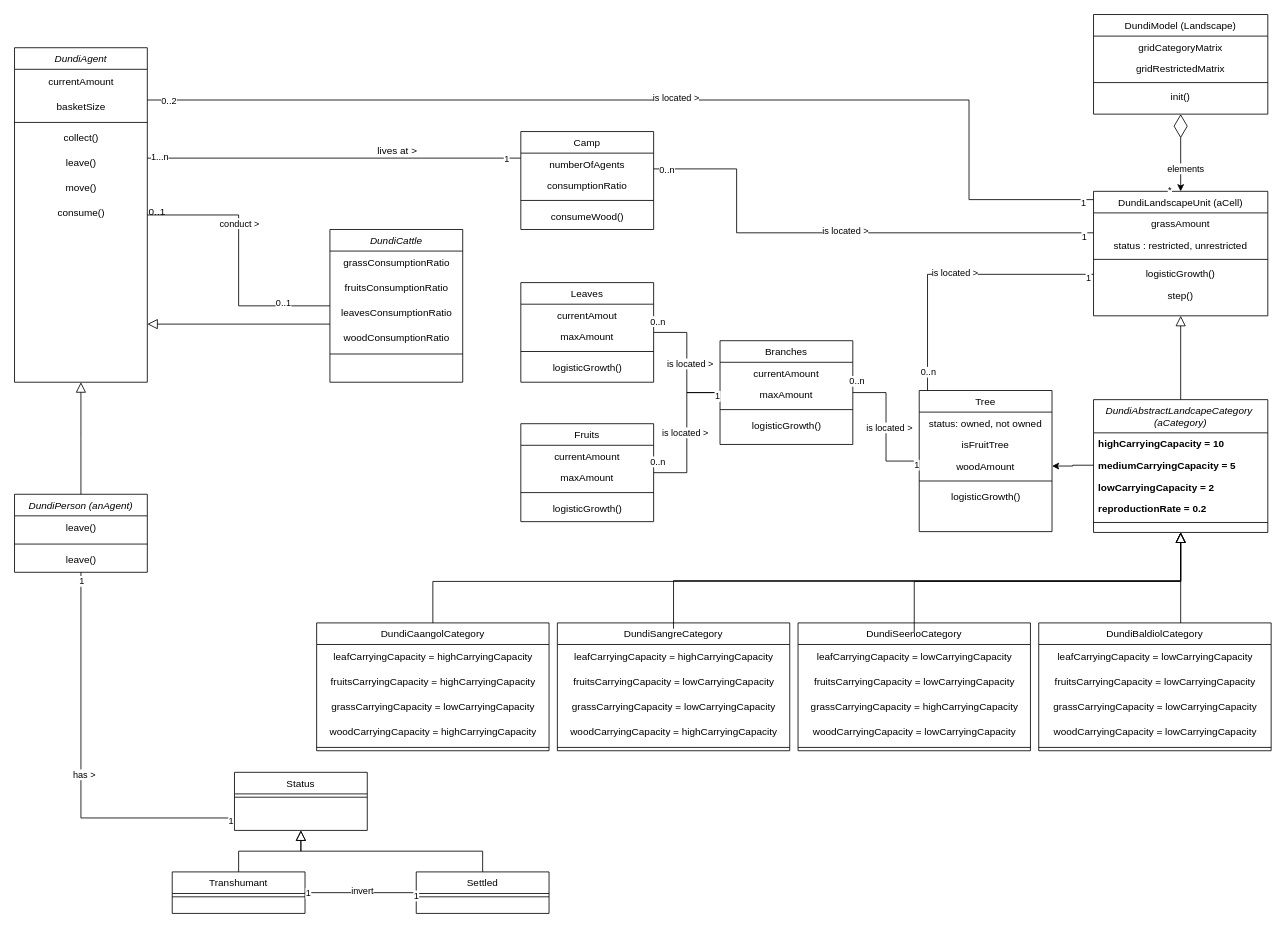
Earlier version of the draw.io diagram page "Dundi-iteration1" (2 of 6) of DundiV0.drawio (panchovdl/DundiModel). Source tidied: cells renumbered, new cells numbered last; positions are measured from the earlier drawing's top-left corner, leaving out a move shared by most shapes. Both pictures are drawn from the tidied source at 83%, with x=0, y=0 at pixel (14, 14).
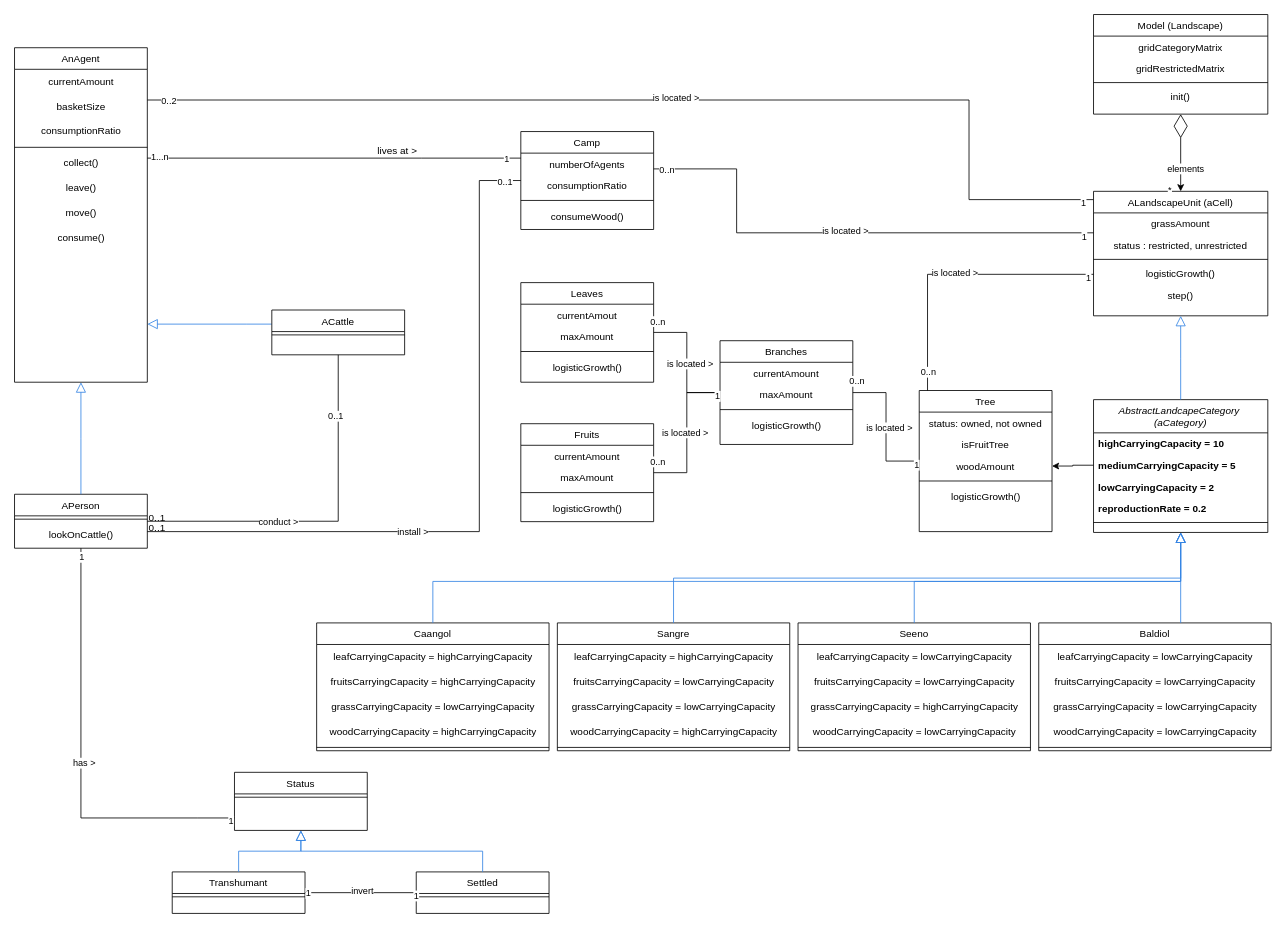
After the change.

Commit message (it also covers changes not shown here):
Mettre à jour DundiV0.drawio

Unchanged cells that the change refers to:
```xml
<mxCell id="10" value="Camp" style="swimlane;fontStyle=0;align=center;verticalAlign=top;horizontal=1;startSize=26;rounded=0;shadow=0;strokeWidth=1;" parent="1" vertex="1">
  <mxGeometry x="610" y="141" width="160" height="118" as="geometry" />
</mxCell>
<mxCell id="19" value="Status" style="swimlane;fontStyle=0;align=center;verticalAlign=top;horizontal=1;startSize=26;rounded=0;shadow=0;strokeWidth=1;" parent="1" vertex="1">
  <mxGeometry x="265" y="913" width="160" height="70" as="geometry" />
</mxCell>
<mxCell id="29" value="Transhumant" style="swimlane;fontStyle=0;align=center;verticalAlign=top;horizontal=1;startSize=26;rounded=0;shadow=0;strokeWidth=1;" parent="1" vertex="1">
  <mxGeometry x="190" y="1033" width="160" height="50" as="geometry" />
</mxCell>
<mxCell id="31" value="Settled" style="swimlane;fontStyle=0;align=center;verticalAlign=top;horizontal=1;startSize=26;rounded=0;shadow=0;strokeWidth=1;" parent="1" vertex="1">
  <mxGeometry x="484" y="1033" width="160" height="50" as="geometry" />
</mxCell>
```

Diff of the diagram source:
```diff
@@
-    <mxCell id="2" value="DundiAgent" style="swimlane;fontStyle=2;align=center;verticalAlign=top;horizontal=1;startSize=26;rounded=0;shadow=0;strokeWidth=1;" parent="1" vertex="1">
+    <mxCell id="2" value="AnAgent" style="swimlane;fontStyle=0;align=center;verticalAlign=top;horizontal=1;startSize=26;rounded=0;shadow=0;strokeWidth=1;" parent="1" vertex="1">
       <mxGeometry y="40" width="160" height="403" as="geometry" />
     </mxCell>
@@
+    <mxCell id="146" value="consumptionRatio" style="text;html=1;align=center;verticalAlign=middle;strokeColor=none;fillColor=none;" parent="2" vertex="1">
+      <mxGeometry y="86" width="160" height="30" as="geometry" />
+    </mxCell>
     <mxCell id="5" style="line;html=1;strokeWidth=1;align=left;verticalAlign=middle;spacingTop=-1;spacingLeft=3;spacingRight=3;labelPosition=right;" parent="2" vertex="1">
-      <mxGeometry y="86" width="160" height="8" as="geometry" />
+      <mxGeometry y="116" width="160" height="8" as="geometry" />
     </mxCell>
     <mxCell id="6" value="&lt;div&gt;collect()&lt;/div&gt;" style="text;html=1;align=center;verticalAlign=middle;strokeColor=none;fillColor=none;" parent="2" vertex="1">
-      <mxGeometry y="94" width="160" height="30" as="geometry" />
+      <mxGeometry y="124" width="160" height="30" as="geometry" />
     </mxCell>
     <mxCell id="7" value="&lt;div&gt;leave()&lt;/div&gt;" style="text;html=1;align=center;verticalAlign=middle;strokeColor=none;fillColor=none;" parent="2" vertex="1">
-      <mxGeometry y="124" width="160" height="30" as="geometry" />
+      <mxGeometry y="154" width="160" height="30" as="geometry" />
     </mxCell>
     <mxCell id="8" value="&lt;div&gt;move()&lt;/div&gt;" style="text;html=1;align=center;verticalAlign=middle;strokeColor=none;fillColor=none;" parent="2" vertex="1">
-      <mxGeometry y="154" width="160" height="30" as="geometry" />
+      <mxGeometry y="184" width="160" height="30" as="geometry" />
     </mxCell>
     <mxCell id="9" value="&lt;div&gt;consume()&lt;/div&gt;" style="text;html=1;align=center;verticalAlign=middle;strokeColor=none;fillColor=none;" parent="2" vertex="1">
-      <mxGeometry y="184" width="160" height="30" as="geometry" />
+      <mxGeometry y="214" width="160" height="30" as="geometry" />
     </mxCell>
@@
-    <mxCell id="33" style="endArrow=block;endSize=10;endFill=0;shadow=0;strokeWidth=1;rounded=0;edgeStyle=elbowEdgeStyle;elbow=vertical;" parent="1" edge="1" source="29" target="19">
+    <mxCell id="33" style="endArrow=block;endSize=10;endFill=0;shadow=0;strokeWidth=1;rounded=0;edgeStyle=elbowEdgeStyle;elbow=vertical;strokeColor=#3584e4;" parent="1" edge="1" source="29" target="19">
       <mxGeometry relative="1" as="geometry" />
     </mxCell>
-    <mxCell id="34" style="endArrow=block;endSize=10;endFill=0;shadow=0;strokeWidth=1;rounded=0;edgeStyle=elbowEdgeStyle;elbow=vertical;" parent="1" edge="1" source="31" target="19">
+    <mxCell id="34" style="endArrow=block;endSize=10;endFill=0;shadow=0;strokeWidth=1;rounded=0;edgeStyle=elbowEdgeStyle;elbow=vertical;strokeColor=#3584e4;" parent="1" edge="1" source="31" target="19">
       <mxGeometry relative="1" as="geometry" />
     </mxCell>
-    <mxCell id="35" value="DundiPerson (anAgent)" style="swimlane;fontStyle=2;align=center;verticalAlign=top;horizontal=1;startSize=26;rounded=0;shadow=0;strokeWidth=1;" parent="1" vertex="1">
-      <mxGeometry y="578" width="160" height="94" as="geometry" />
+    <mxCell id="35" value="APerson " style="swimlane;fontStyle=0;align=center;verticalAlign=top;horizontal=1;startSize=26;rounded=0;shadow=0;strokeWidth=1;" parent="1" vertex="1">
+      <mxGeometry y="578" width="160" height="65" as="geometry" />
     </mxCell>
-    <mxCell id="36" value="&lt;div&gt;leave()&lt;/div&gt;" style="text;html=1;align=center;verticalAlign=middle;strokeColor=none;fillColor=none;" parent="35" vertex="1">
-      <mxGeometry y="26" width="160" height="30" as="geometry" />
-    </mxCell>
     <mxCell id="37" style="line;html=1;strokeWidth=1;align=left;verticalAlign=middle;spacingTop=-1;spacingLeft=3;spacingRight=3;labelPosition=right;" parent="35" vertex="1">
-      <mxGeometry y="56" width="160" height="8" as="geometry" />
+      <mxGeometry y="26" width="160" height="8" as="geometry" />
     </mxCell>
-    <mxCell id="38" value="&lt;div&gt;leave()&lt;/div&gt;" style="text;html=1;align=center;verticalAlign=middle;strokeColor=none;fillColor=none;" parent="35" vertex="1">
-      <mxGeometry y="64" width="160" height="30" as="geometry" />
+    <mxCell id="38" value="lookOnCattle()" style="text;html=1;align=center;verticalAlign=middle;strokeColor=none;fillColor=none;" parent="35" vertex="1">
+      <mxGeometry y="34" width="160" height="30" as="geometry" />
     </mxCell>
-    <mxCell id="39" style="endArrow=block;endSize=10;endFill=0;shadow=0;strokeWidth=1;rounded=0;edgeStyle=elbowEdgeStyle;elbow=vertical;" parent="1" edge="1" source="45" target="2">
+    <mxCell id="39" style="endArrow=block;endSize=10;endFill=0;shadow=0;strokeWidth=1;rounded=0;edgeStyle=elbowEdgeStyle;elbow=vertical;strokeColor=#3584e4;" parent="1" edge="1" source="45" target="2">
       <mxGeometry relative="1" as="geometry">
         <Array as="points">
           <mxPoint x="280" y="373" />
         </Array>
       </mxGeometry>
     </mxCell>
-    <mxCell id="40" style="endArrow=block;endSize=10;endFill=0;shadow=0;strokeWidth=1;rounded=0;edgeStyle=elbowEdgeStyle;elbow=vertical;" parent="1" edge="1" source="35" target="2">
+    <mxCell id="40" style="endArrow=block;endSize=10;endFill=0;shadow=0;strokeWidth=1;rounded=0;edgeStyle=elbowEdgeStyle;elbow=vertical;strokeColor=#3584e4;" parent="1" edge="1" source="35" target="2">
       <mxGeometry relative="1" as="geometry" />
     </mxCell>
-    <mxCell id="41" style="endArrow=none;html=1;rounded=0;edgeStyle=orthogonalEdgeStyle;" parent="1" edge="1" source="2" target="45">
+    <mxCell id="41" style="endArrow=none;html=1;rounded=0;edgeStyle=orthogonalEdgeStyle;" parent="1" edge="1" source="35" target="45">
       <mxGeometry x="0.5" y="41" relative="1" as="geometry">
         <mxPoint x="-40" y="32" as="offset" />
       </mxGeometry>
     </mxCell>
@@
-    <mxCell id="45" value="DundiCattle" style="swimlane;fontStyle=2;align=center;verticalAlign=top;horizontal=1;startSize=26;rounded=0;shadow=0;strokeWidth=1;" parent="1" vertex="1">
-      <mxGeometry x="380" y="259" width="160" height="184" as="geometry" />
+    <mxCell id="45" value="ACattle" style="swimlane;fontStyle=0;align=center;verticalAlign=top;horizontal=1;startSize=26;rounded=0;shadow=0;strokeWidth=1;" parent="1" vertex="1">
+      <mxGeometry x="310" y="356" width="160" height="54" as="geometry" />
     </mxCell>
-    <mxCell id="46" value="&lt;div&gt;grassConsumptionRatio&lt;/div&gt;" style="text;html=1;align=center;verticalAlign=middle;strokeColor=none;fillColor=none;" parent="45" vertex="1">
-      <mxGeometry y="26" width="160" height="30" as="geometry" />
-    </mxCell>
-    <mxCell id="47" value="&lt;div&gt;fruitsConsumptionRatio&lt;/div&gt;" style="text;html=1;align=center;verticalAlign=middle;strokeColor=none;fillColor=none;" parent="45" vertex="1">
-      <mxGeometry y="56" width="160" height="30" as="geometry" />
-    </mxCell>
-    <mxCell id="48" value="&lt;div&gt;leavesConsumptionRatio&lt;/div&gt;" style="text;html=1;align=center;verticalAlign=middle;strokeColor=none;fillColor=none;" parent="45" vertex="1">
-      <mxGeometry y="86" width="160" height="30" as="geometry" />
-    </mxCell>
-    <mxCell id="49" value="&lt;div&gt;woodConsumptionRatio&lt;/div&gt;" style="text;html=1;align=center;verticalAlign=middle;strokeColor=none;fillColor=none;" parent="45" vertex="1">
-      <mxGeometry y="116" width="160" height="30" as="geometry" />
-    </mxCell>
     <mxCell id="50" style="line;html=1;strokeWidth=1;align=left;verticalAlign=middle;spacingTop=-1;spacingLeft=3;spacingRight=3;labelPosition=right;" parent="45" vertex="1">
-      <mxGeometry y="146" width="160" height="8" as="geometry" />
+      <mxGeometry y="26" width="160" height="8" as="geometry" />
     </mxCell>
-    <mxCell id="51" value="DundiLandscapeUnit (aCell)" style="swimlane;fontStyle=0;align=center;verticalAlign=top;horizontal=1;startSize=26;rounded=0;shadow=0;strokeWidth=1;" parent="1" vertex="1">
+    <mxCell id="51" value="ALandscapeUnit (aCell)" style="swimlane;fontStyle=0;align=center;verticalAlign=top;horizontal=1;startSize=26;rounded=0;shadow=0;strokeWidth=1;" parent="1" vertex="1">
       <mxGeometry x="1300" y="213" width="210" height="150" as="geometry" />
     </mxCell>
@@
-    <mxCell id="57" value="DundiCaangolCategory" style="swimlane;fontStyle=0;align=center;verticalAlign=top;horizontal=1;startSize=26;rounded=0;shadow=0;strokeWidth=1;" parent="1" vertex="1">
+    <mxCell id="57" value="Caangol" style="swimlane;fontStyle=0;align=center;verticalAlign=top;horizontal=1;startSize=26;rounded=0;shadow=0;strokeWidth=1;" parent="1" vertex="1">
       <mxGeometry x="364" y="733" width="280" height="154" as="geometry" />
     </mxCell>
@@
-    <mxCell id="63" value="DundiSangreCategory" style="swimlane;fontStyle=0;align=center;verticalAlign=top;horizontal=1;startSize=26;rounded=0;shadow=0;strokeWidth=1;" parent="1" vertex="1">
+    <mxCell id="63" value="Sangre" style="swimlane;fontStyle=0;align=center;verticalAlign=top;horizontal=1;startSize=26;rounded=0;shadow=0;strokeWidth=1;" parent="1" vertex="1">
       <mxGeometry x="654" y="733" width="280" height="154" as="geometry" />
     </mxCell>
@@
-    <mxCell id="69" value="DundiBaldiolCategory" style="swimlane;fontStyle=0;align=center;verticalAlign=top;horizontal=1;startSize=26;rounded=0;shadow=0;strokeWidth=1;" parent="1" vertex="1">
+    <mxCell id="69" value="Baldiol" style="swimlane;fontStyle=0;align=center;verticalAlign=top;horizontal=1;startSize=26;rounded=0;shadow=0;strokeWidth=1;" parent="1" vertex="1">
       <mxGeometry x="1234" y="733" width="280" height="154" as="geometry" />
     </mxCell>
@@
-    <mxCell id="75" value="DundiSeenoCategory" style="swimlane;fontStyle=0;align=center;verticalAlign=top;horizontal=1;startSize=26;rounded=0;shadow=0;strokeWidth=1;" parent="1" vertex="1">
+    <mxCell id="75" value="Seeno" style="swimlane;fontStyle=0;align=center;verticalAlign=top;horizontal=1;startSize=26;rounded=0;shadow=0;strokeWidth=1;" parent="1" vertex="1">
       <mxGeometry x="944" y="733" width="280" height="154" as="geometry" />
     </mxCell>
@@
-    <mxCell id="81" style="endArrow=block;endSize=10;endFill=0;shadow=0;strokeWidth=1;rounded=0;edgeStyle=elbowEdgeStyle;elbow=vertical;" parent="1" edge="1" source="69" target="93">
+    <mxCell id="81" style="endArrow=block;endSize=10;endFill=0;shadow=0;strokeWidth=1;rounded=0;edgeStyle=elbowEdgeStyle;elbow=vertical;strokeColor=#3584e4;" parent="1" edge="1" source="69" target="93">
       <mxGeometry relative="1" as="geometry">
         <Array as="points">
           <mxPoint x="1405" y="683" />
         </Array>
       </mxGeometry>
     </mxCell>
-    <mxCell id="82" style="endArrow=block;endSize=10;endFill=0;shadow=0;strokeWidth=1;rounded=0;edgeStyle=elbowEdgeStyle;elbow=vertical;" parent="1" edge="1" target="93">
+    <mxCell id="82" style="endArrow=block;endSize=10;endFill=0;shadow=0;strokeWidth=1;rounded=0;edgeStyle=elbowEdgeStyle;elbow=vertical;strokeColor=#3584e4;" parent="1" edge="1" source="75" target="93">
       <mxGeometry relative="1" as="geometry">
-        <mxPoint x="1084" y="744" as="sourcePoint" />
         <Array as="points">
           <mxPoint x="1250" y="683" />
         </Array>
       </mxGeometry>
     </mxCell>
-    <mxCell id="83" style="endArrow=block;endSize=10;endFill=0;shadow=0;strokeWidth=1;rounded=0;edgeStyle=elbowEdgeStyle;elbow=vertical;" parent="1" edge="1" target="93">
-      <mxGeometry relative="1" as="geometry">
-        <mxPoint x="794" y="740" as="sourcePoint" />
-      </mxGeometry>
+    <mxCell id="83" style="endArrow=block;endSize=10;endFill=0;shadow=0;strokeWidth=1;rounded=0;edgeStyle=elbowEdgeStyle;elbow=vertical;strokeColor=#3584e4;" parent="1" edge="1" source="63" target="93">
+      <mxGeometry relative="1" as="geometry" />
     </mxCell>
-    <mxCell id="84" style="endArrow=block;endSize=10;endFill=0;shadow=0;strokeWidth=1;rounded=0;edgeStyle=elbowEdgeStyle;elbow=vertical;" parent="1" edge="1" source="57" target="93">
+    <mxCell id="84" style="endArrow=block;endSize=10;endFill=0;shadow=0;strokeWidth=1;rounded=0;edgeStyle=elbowEdgeStyle;elbow=vertical;strokeColor=#3584e4;" parent="1" edge="1" source="57" target="93">
       <mxGeometry relative="1" as="geometry">
         <Array as="points">
-          <mxPoint x="960" y="683" />
+          <mxPoint x="950" y="683" />
         </Array>
       </mxGeometry>
     </mxCell>
@@
-    <mxCell id="88" value="DundiModel (Landscape)" style="swimlane;fontStyle=0;align=center;verticalAlign=top;horizontal=1;startSize=26;rounded=0;shadow=0;strokeWidth=1;" parent="1" vertex="1">
+    <mxCell id="88" value="Model (Landscape)" style="swimlane;fontStyle=0;align=center;verticalAlign=top;horizontal=1;startSize=26;rounded=0;shadow=0;strokeWidth=1;" parent="1" vertex="1">
       <mxGeometry x="1300" width="210" height="120" as="geometry" />
     </mxCell>
@@
-    <mxCell id="93" value="DundiAbstractLandcapeCategory &#10;(aCategory)" style="swimlane;fontStyle=2;align=center;verticalAlign=top;horizontal=1;startSize=40;rounded=0;shadow=0;strokeWidth=1;" parent="1" vertex="1">
+    <mxCell id="93" value="AbstractLandcapeCategory &#10;(aCategory)" style="swimlane;fontStyle=2;align=center;verticalAlign=top;horizontal=1;startSize=40;rounded=0;shadow=0;strokeWidth=1;" parent="1" vertex="1">
       <mxGeometry x="1300" y="464" width="210" height="160" as="geometry" />
     </mxCell>
@@
-    <mxCell id="99" style="endArrow=block;endSize=10;endFill=0;shadow=0;strokeWidth=1;rounded=0;edgeStyle=elbowEdgeStyle;elbow=vertical;" parent="1" edge="1" source="93" target="51">
+    <mxCell id="99" style="endArrow=block;endSize=10;endFill=0;shadow=0;strokeWidth=1;rounded=0;edgeStyle=elbowEdgeStyle;elbow=vertical;strokeColor=#3584e4;" parent="1" edge="1" source="93" target="51">
       <mxGeometry relative="1" as="geometry" />
     </mxCell>
@@
+    <mxCell id="147" style="endArrow=none;html=1;rounded=0;edgeStyle=orthogonalEdgeStyle;" parent="1" edge="1" source="35" target="10">
+      <mxGeometry x="0.5" y="41" relative="1" as="geometry">
+        <Array as="points">
+          <mxPoint x="560" y="623" />
+          <mxPoint x="560" y="200" />
+        </Array>
+        <mxPoint x="-40" y="32" as="offset" />
+      </mxGeometry>
+    </mxCell>
+    <mxCell id="148" value="0..1" style="align=left;verticalAlign=bottom;labelBackgroundColor=none;fontSize=12;" parent="147" vertex="1">
+      <mxGeometry x="-1" relative="1" as="geometry">
+        <mxPoint y="4" as="offset" />
+      </mxGeometry>
+    </mxCell>
+    <mxCell id="149" value="install &amp;gt;" style="edgeLabel;html=1;align=center;verticalAlign=middle;" parent="147" vertex="1">
+      <mxGeometry x="-0.27" relative="1" as="geometry" />
+    </mxCell>
+    <mxCell id="150" value="&lt;div&gt;0..1&lt;br&gt;&lt;/div&gt;" style="edgeLabel;html=1;align=center;verticalAlign=middle;" parent="147" vertex="1">
+      <mxGeometry x="0.66" y="4" relative="1" as="geometry">
+        <mxPoint x="34" y="-97" as="offset" />
+      </mxGeometry>
+    </mxCell>
```
